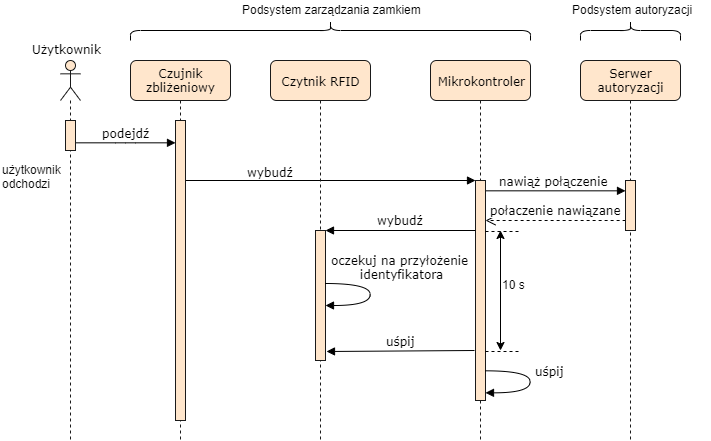
Above: docs/chapters/images/sequence2.png in adapiekarska/centralized-lock-system (draw.io), before the change. Source tidied: cells renumbered, new cells last; positions are measured from the earlier drawing's top-left corner, leaving out a move shared by most shapes. The source it was exported from:
```xml
<mxGraphModel background="#ffffff">
  <root>
    <mxCell id="0" />
    <mxCell id="1" parent="0" />
    <mxCell id="2" value="&lt;font face=&quot;Verdana&quot; style=&quot;font-size: 12px&quot;&gt;połaczenie nawiązane&lt;/font&gt;" style="html=1;verticalAlign=bottom;endArrow=open;dashed=1;endSize=8;exitX=0.012;exitY=0.8;exitDx=0;exitDy=0;exitPerimeter=0;" parent="1" edge="1" source="4" target="9">
      <mxGeometry relative="1" as="geometry" />
    </mxCell>
    <mxCell id="3" value="Serwer autoryzacji" style="shape=umlLifeline;perimeter=lifelinePerimeter;whiteSpace=wrap;html=1;rounded=1;shadow=0;comic=0;labelBackgroundColor=none;strokeColor=#1A1A1A;strokeWidth=1;fillColor=#ffe6cc;fontFamily=Verdana;fontSize=12;align=center;" parent="1" vertex="1">
      <mxGeometry x="580" y="60" width="100" height="380" as="geometry" />
    </mxCell>
    <mxCell id="4" style="html=1;points=[];perimeter=orthogonalPerimeter;rounded=0;shadow=0;comic=0;labelBackgroundColor=none;strokeColor=#1A1A1A;strokeWidth=1;fillColor=#ffe6cc;fontFamily=Verdana;fontSize=12;align=center;" parent="3" vertex="1">
      <mxGeometry x="45" y="120" width="10" height="50" as="geometry" />
    </mxCell>
    <mxCell id="5" value="nawiąż połączenie" style="html=1;verticalAlign=bottom;endArrow=block;labelBackgroundColor=none;fontFamily=Verdana;fontSize=12;edgeStyle=elbowEdgeStyle;elbow=vertical;" parent="1" edge="1" target="4">
      <mxGeometry relative="1" as="geometry">
        <mxPoint x="481.5" y="190" as="sourcePoint" />
      </mxGeometry>
    </mxCell>
    <mxCell id="6" value="wybudź" style="html=1;verticalAlign=bottom;endArrow=block;labelBackgroundColor=none;fontFamily=Verdana;fontSize=12;elbow=vertical;" parent="1" edge="1" target="9">
      <mxGeometry x="-0.39" y="-1" relative="1" as="geometry">
        <mxPoint x="180" y="180" as="sourcePoint" />
      </mxGeometry>
    </mxCell>
    <mxCell id="7" value="Czytnik RFID" style="shape=umlLifeline;perimeter=lifelinePerimeter;whiteSpace=wrap;html=1;rounded=1;shadow=0;comic=0;labelBackgroundColor=none;strokeColor=#1A1A1A;strokeWidth=1;fillColor=#ffe6cc;fontFamily=Verdana;fontSize=12;align=center;" parent="1" vertex="1">
      <mxGeometry x="270" y="60" width="100" height="380" as="geometry" />
    </mxCell>
    <mxCell id="8" value="Mikrokontroler" style="shape=umlLifeline;perimeter=lifelinePerimeter;whiteSpace=wrap;html=1;rounded=1;shadow=0;comic=0;labelBackgroundColor=none;strokeColor=#1A1A1A;strokeWidth=1;fillColor=#ffe6cc;fontFamily=Verdana;fontSize=12;align=center;" parent="1" vertex="1">
      <mxGeometry x="430" y="60" width="100" height="380" as="geometry" />
    </mxCell>
    <mxCell id="9" style="html=1;points=[];perimeter=orthogonalPerimeter;rounded=0;shadow=0;comic=0;labelBackgroundColor=none;strokeColor=#1A1A1A;strokeWidth=1;fillColor=#ffe6cc;fontFamily=Verdana;fontSize=12;align=center;" parent="8" vertex="1">
      <mxGeometry x="45" y="120" width="10" height="220" as="geometry" />
    </mxCell>
    <mxCell id="10" value="Czujnik zbliżeniowy" style="shape=umlLifeline;perimeter=lifelinePerimeter;whiteSpace=wrap;html=1;rounded=1;shadow=0;comic=0;labelBackgroundColor=none;strokeColor=#1A1A1A;strokeWidth=1;fillColor=#ffe6cc;fontFamily=Verdana;fontSize=12;align=center;" parent="1" vertex="1">
      <mxGeometry x="130" y="60" width="100" height="380" as="geometry" />
    </mxCell>
    <mxCell id="11" style="html=1;points=[];perimeter=orthogonalPerimeter;rounded=0;shadow=0;comic=0;labelBackgroundColor=none;strokeColor=#1A1A1A;strokeWidth=1;fillColor=#ffe6cc;fontFamily=Verdana;fontSize=12;align=center;" parent="10" vertex="1">
      <mxGeometry x="45" y="60" width="10" height="300" as="geometry" />
    </mxCell>
    <mxCell id="12" value="podejdź" style="html=1;verticalAlign=bottom;endArrow=block;labelBackgroundColor=none;fontFamily=Verdana;fontSize=12;edgeStyle=elbowEdgeStyle;elbow=vertical;entryX=0.027;entryY=0.075;entryDx=0;entryDy=0;entryPerimeter=0;" parent="1" edge="1" source="14" target="11">
      <mxGeometry relative="1" as="geometry" />
    </mxCell>
    <mxCell id="13" style="shape=umlLifeline;participant=umlActor;perimeter=lifelinePerimeter;whiteSpace=wrap;html=1;verticalAlign=top;spacingTop=36;labelBackgroundColor=#ffffff;fillColor=#ffe6cc;strokeColor=#1A1A1A;" parent="1" vertex="1">
      <mxGeometry x="60" y="60" width="20" height="380" as="geometry" />
    </mxCell>
    <mxCell id="14" style="html=1;points=[];perimeter=orthogonalPerimeter;rounded=0;shadow=0;comic=0;labelBackgroundColor=none;strokeColor=#1A1A1A;strokeWidth=1;fillColor=#ffe6cc;fontFamily=Verdana;fontSize=12;align=center;" parent="13" vertex="1">
      <mxGeometry x="5" y="60" width="10" height="30" as="geometry" />
    </mxCell>
    <mxCell id="15" style="html=1;points=[];perimeter=orthogonalPerimeter;fillColor=#ffe6cc;strokeColor=#1A1A1A;" parent="1" vertex="1">
      <mxGeometry x="315" y="230" width="10" height="130" as="geometry" />
    </mxCell>
    <mxCell id="16" value="&lt;font face=&quot;Verdana&quot; style=&quot;font-size: 12px&quot;&gt;wybudź&lt;/font&gt;" style="html=1;verticalAlign=bottom;endArrow=block;entryX=1;entryY=0;" parent="1" edge="1" source="9" target="15">
      <mxGeometry relative="1" as="geometry" />
    </mxCell>
    <mxCell id="17" value="oczekuj na przyłożenie&lt;br&gt;&amp;nbsp;identyfikatora" style="html=1;verticalAlign=bottom;endArrow=block;labelBackgroundColor=none;fontFamily=Verdana;fontSize=12;elbow=vertical;edgeStyle=orthogonalEdgeStyle;curved=1;entryX=1;entryY=0.73;entryDx=0;entryDy=0;entryPerimeter=0;" parent="1" edge="1">
      <mxGeometry x="-0.18" y="30" relative="1" as="geometry">
        <mxPoint x="324.5" y="283.2" as="sourcePoint" />
        <mxPoint x="324.8" y="304.8" as="targetPoint" />
        <Array as="points">
          <mxPoint x="369.5" y="283.5" />
          <mxPoint x="369.5" y="304.5" />
        </Array>
      </mxGeometry>
    </mxCell>
    <mxCell id="18" value="&lt;font face=&quot;Verdana&quot;&gt;Użytkownik&lt;/font&gt;" style="text;html=1;align=left;verticalAlign=top;spacingTop=-4;" parent="1" vertex="1">
      <mxGeometry x="29.5" y="40" width="80" height="20" as="geometry" />
    </mxCell>
    <mxCell id="19" value="&lt;font face=&quot;Verdana&quot; style=&quot;font-size: 12px&quot;&gt;uśpij&lt;/font&gt;" style="html=1;verticalAlign=bottom;endArrow=block;" parent="1" edge="1">
      <mxGeometry y="1" relative="1" as="geometry">
        <mxPoint x="474" y="350" as="sourcePoint" />
        <mxPoint x="326" y="351" as="targetPoint" />
      </mxGeometry>
    </mxCell>
    <mxCell id="20" style="endArrow=classic;startArrow=classic;html=1;" parent="1" edge="1">
      <mxGeometry relative="1" as="geometry">
        <mxPoint x="500" y="350" as="sourcePoint" />
        <mxPoint x="500" y="230" as="targetPoint" />
      </mxGeometry>
    </mxCell>
    <mxCell id="21" style="endArrow=none;dashed=1;html=1;" parent="1" edge="1">
      <mxGeometry relative="1" as="geometry">
        <mxPoint x="485" y="231" as="sourcePoint" />
        <mxPoint x="520" y="231" as="targetPoint" />
      </mxGeometry>
    </mxCell>
    <mxCell id="22" style="endArrow=none;dashed=1;html=1;" parent="1" edge="1">
      <mxGeometry relative="1" as="geometry">
        <mxPoint x="485" y="351" as="sourcePoint" />
        <mxPoint x="520" y="351" as="targetPoint" />
      </mxGeometry>
    </mxCell>
    <mxCell id="23" value="10 s" style="text;html=1;align=left;verticalAlign=top;spacingTop=-4;" parent="1" vertex="1">
      <mxGeometry x="500" y="275" width="40" height="20" as="geometry" />
    </mxCell>
    <mxCell id="24" value="uśpij" style="html=1;verticalAlign=bottom;endArrow=block;labelBackgroundColor=none;fontFamily=Verdana;fontSize=12;elbow=vertical;edgeStyle=orthogonalEdgeStyle;curved=1;entryX=1;entryY=0.73;entryDx=0;entryDy=0;entryPerimeter=0;" parent="1" edge="1">
      <mxGeometry x="-0.02" y="20" relative="1" as="geometry">
        <mxPoint x="485" y="370" as="sourcePoint" />
        <mxPoint x="485" y="392" as="targetPoint" />
        <Array as="points">
          <mxPoint x="529.5" y="370.5" />
          <mxPoint x="529.5" y="391.5" />
        </Array>
      </mxGeometry>
    </mxCell>
    <mxCell id="25" style="shape=curlyBracket;whiteSpace=wrap;html=1;rounded=1;direction=south;" parent="1" vertex="1">
      <mxGeometry x="130" y="20" width="400" height="20" as="geometry" />
    </mxCell>
    <mxCell id="26" value="Podsystem zarządzania zamkiem" style="text;html=1;align=left;verticalAlign=top;spacingTop=-4;" parent="1" vertex="1">
      <mxGeometry x="240" width="190" height="20" as="geometry" />
    </mxCell>
    <mxCell id="27" style="shape=curlyBracket;whiteSpace=wrap;html=1;rounded=1;direction=south;" parent="1" vertex="1">
      <mxGeometry x="580" y="20" width="100" height="20" as="geometry" />
    </mxCell>
    <mxCell id="28" value="Podsystem autoryzacji" style="text;html=1;align=left;verticalAlign=top;spacingTop=-4;" parent="1" vertex="1">
      <mxGeometry x="570" width="140" height="20" as="geometry" />
    </mxCell>
    <mxCell id="29" value="użytkownik&lt;br&gt;odchodzi" style="text;html=1;align=left;verticalAlign=top;spacingTop=-4;" parent="1" vertex="1">
      <mxGeometry y="160" width="70" height="30" as="geometry" />
    </mxCell>
  </root>
</mxGraphModel>
```
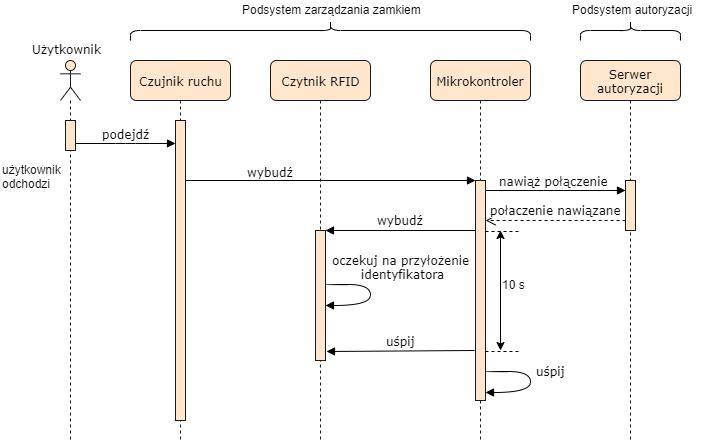
After the change.

What changed in the source:
```diff
@@ -30,7 +30,7 @@
     <mxCell id="9" style="html=1;points=[];perimeter=orthogonalPerimeter;rounded=0;shadow=0;comic=0;labelBackgroundColor=none;strokeColor=#1A1A1A;strokeWidth=1;fillColor=#ffe6cc;fontFamily=Verdana;fontSize=12;align=center;" parent="8" vertex="1">
       <mxGeometry x="45" y="120" width="10" height="220" as="geometry" />
     </mxCell>
-    <mxCell id="10" value="Czujnik zbliżeniowy" style="shape=umlLifeline;perimeter=lifelinePerimeter;whiteSpace=wrap;html=1;rounded=1;shadow=0;comic=0;labelBackgroundColor=none;strokeColor=#1A1A1A;strokeWidth=1;fillColor=#ffe6cc;fontFamily=Verdana;fontSize=12;align=center;" parent="1" vertex="1">
+    <mxCell id="10" value="Czujnik ruchu" style="shape=umlLifeline;perimeter=lifelinePerimeter;whiteSpace=wrap;html=1;rounded=1;shadow=0;comic=0;labelBackgroundColor=none;strokeColor=#1A1A1A;strokeWidth=1;fillColor=#ffe6cc;fontFamily=Verdana;fontSize=12;align=center;" parent="1" vertex="1">
       <mxGeometry x="130" y="60" width="100" height="380" as="geometry" />
     </mxCell>
     <mxCell id="11" style="html=1;points=[];perimeter=orthogonalPerimeter;rounded=0;shadow=0;comic=0;labelBackgroundColor=none;strokeColor=#1A1A1A;strokeWidth=1;fillColor=#ffe6cc;fontFamily=Verdana;fontSize=12;align=center;" parent="10" vertex="1">
```
